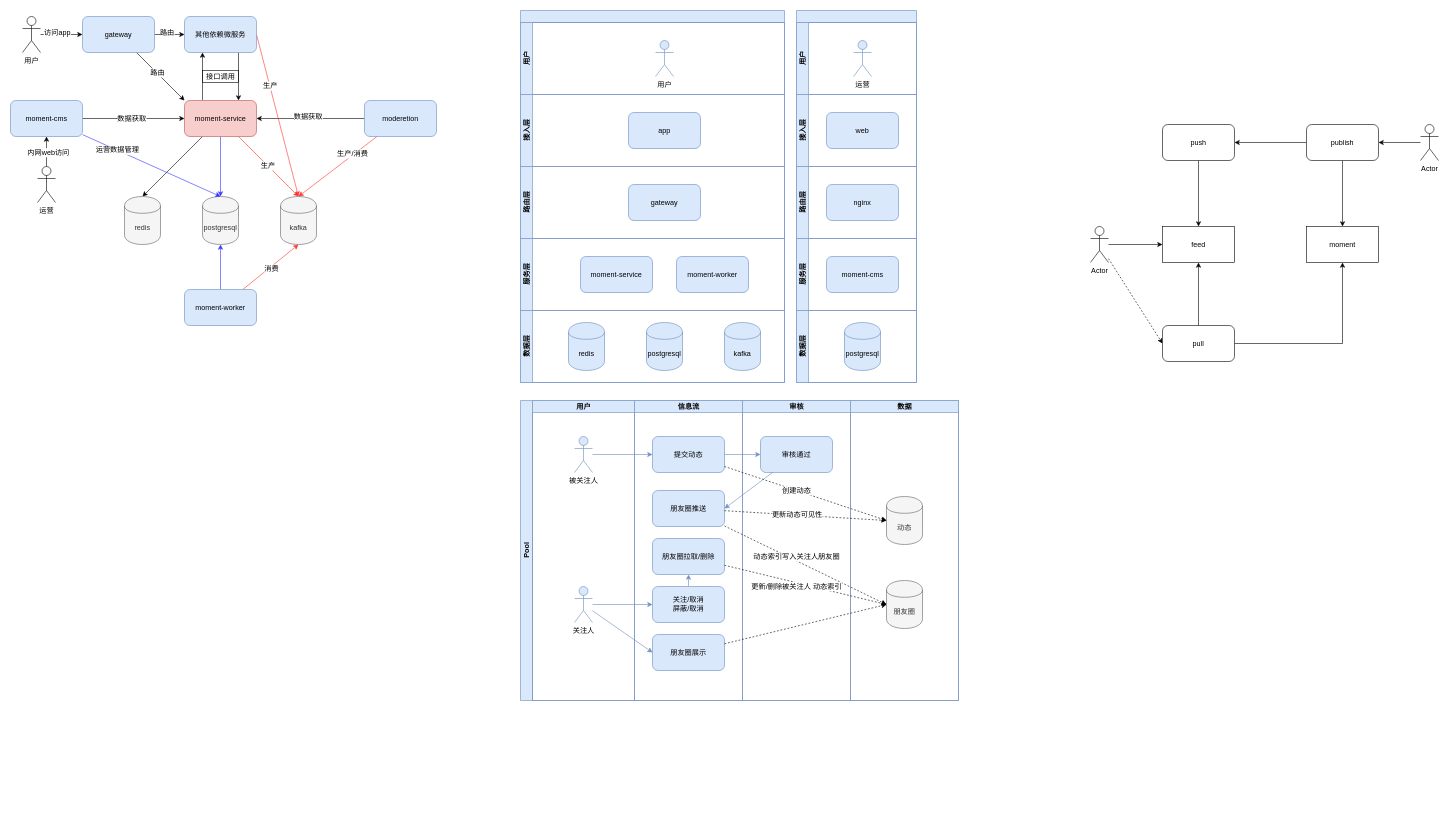
Before: feed.drawio in effyroth/drawio2, a draw.io diagram. Source tidied: cells renumbered, new cells numbered last; positions are measured from the earlier drawing's top-left corner, leaving out a move shared by most shapes. Both pictures are drawn from the tidied source at 60%, with x=0, y=0 at pixel (10, 10).
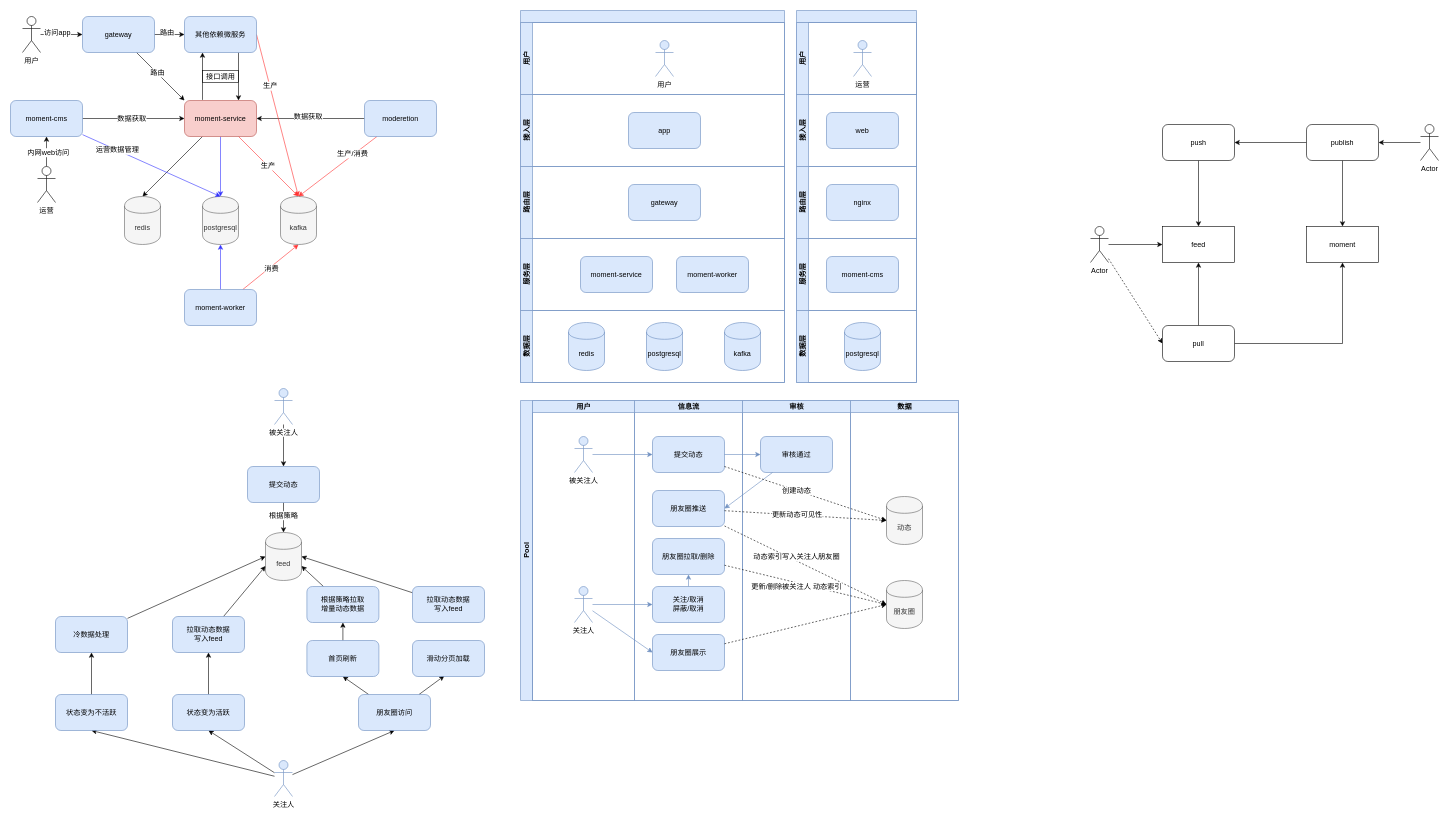
After the change.

What changed in the source:
```diff
@@
+    <mxCell id="111" style="edgeStyle=none;rounded=0;jettySize=auto;html=1;entryX=0.5;entryY=0;entryDx=0;entryDy=0;" parent="1" edge="1" source="112" target="119">
+      <mxGeometry relative="1" as="geometry" />
+    </mxCell>
+    <mxCell id="112" value="被关注人" style="shape=umlActor;verticalLabelPosition=bottom;labelBackgroundColor=#ffffff;verticalAlign=top;html=1;outlineConnect=0;fillColor=#dae8fc;strokeColor=#6c8ebf;" parent="1" vertex="1">
+      <mxGeometry x="440" y="630" width="30" height="60" as="geometry" />
+    </mxCell>
+    <mxCell id="113" style="rounded=0;jettySize=auto;html=1;entryX=0.5;entryY=1;entryDx=0;entryDy=0;" parent="1" edge="1" source="116" target="122">
+      <mxGeometry relative="1" as="geometry" />
+    </mxCell>
+    <mxCell id="114" style="rounded=0;jettySize=auto;html=1;entryX=0.5;entryY=1;entryDx=0;entryDy=0;" parent="1" edge="1" source="116" target="125">
+      <mxGeometry relative="1" as="geometry" />
+    </mxCell>
+    <mxCell id="115" style="edgeStyle=none;rounded=0;jettySize=auto;html=1;entryX=0.5;entryY=1;entryDx=0;entryDy=0;" parent="1" edge="1" source="116" target="134">
+      <mxGeometry relative="1" as="geometry" />
+    </mxCell>
+    <mxCell id="116" value="关注人" style="shape=umlActor;verticalLabelPosition=bottom;labelBackgroundColor=#ffffff;verticalAlign=top;html=1;outlineConnect=0;fillColor=#dae8fc;strokeColor=#6c8ebf;" parent="1" vertex="1">
+      <mxGeometry x="440" y="1250" width="30" height="60" as="geometry" />
+    </mxCell>
+    <mxCell id="117" style="edgeStyle=none;rounded=0;jettySize=auto;html=1;entryX=0.5;entryY=0;entryDx=0;entryDy=0;" parent="1" edge="1" source="119" target="120">
+      <mxGeometry relative="1" as="geometry" />
+    </mxCell>
+    <mxCell id="118" value="根据策略" style="text;html=1;align=center;verticalAlign=middle;labelBackgroundColor=#ffffff;" parent="117" vertex="1">
+      <mxGeometry x="-0.16" y="-1" relative="1" as="geometry" />
+    </mxCell>
+    <mxCell id="119" value="提交动态" style="rounded=1;whiteSpace=wrap;html=1;fillColor=#dae8fc;strokeColor=#6c8ebf;" parent="1" vertex="1">
+      <mxGeometry x="395" y="760" width="120" height="60" as="geometry" />
+    </mxCell>
+    <mxCell id="120" value="feed" style="shape=cylinder;whiteSpace=wrap;html=1;boundedLbl=1;backgroundOutline=1;fillColor=#f5f5f5;strokeColor=#666666;fontColor=#333333;" parent="1" vertex="1">
+      <mxGeometry x="425" y="870" width="60" height="80" as="geometry" />
+    </mxCell>
+    <mxCell id="121" style="edgeStyle=none;rounded=0;jettySize=auto;html=1;entryX=0.5;entryY=1;entryDx=0;entryDy=0;" parent="1" edge="1" source="122" target="127">
+      <mxGeometry relative="1" as="geometry" />
+    </mxCell>
+    <mxCell id="122" value="状态变为活跃" style="rounded=1;whiteSpace=wrap;html=1;fillColor=#dae8fc;strokeColor=#6c8ebf;" parent="1" vertex="1">
+      <mxGeometry x="270" y="1140" width="120" height="60" as="geometry" />
+    </mxCell>
+    <mxCell id="123" style="edgeStyle=none;rounded=0;jettySize=auto;html=1;entryX=0.5;entryY=1;entryDx=0;entryDy=0;" parent="1" edge="1" source="125" target="131">
+      <mxGeometry relative="1" as="geometry" />
+    </mxCell>
+    <mxCell id="124" style="edgeStyle=none;rounded=0;jettySize=auto;html=1;entryX=0.442;entryY=0.983;entryDx=0;entryDy=0;entryPerimeter=0;" parent="1" edge="1" source="125" target="132">
+      <mxGeometry relative="1" as="geometry" />
+    </mxCell>
+    <mxCell id="125" value="朋友圈访问" style="rounded=1;whiteSpace=wrap;html=1;fillColor=#dae8fc;strokeColor=#6c8ebf;" parent="1" vertex="1">
+      <mxGeometry x="580" y="1140" width="120" height="60" as="geometry" />
+    </mxCell>
+    <mxCell id="126" style="edgeStyle=none;rounded=0;jettySize=auto;html=1;entryX=0;entryY=0.7;entryDx=0;entryDy=0;" parent="1" edge="1" source="127" target="120">
+      <mxGeometry relative="1" as="geometry" />
+    </mxCell>
+    <mxCell id="127" value="拉取动态数据&lt;br&gt;写入feed" style="rounded=1;whiteSpace=wrap;html=1;fillColor=#dae8fc;strokeColor=#6c8ebf;" parent="1" vertex="1">
+      <mxGeometry x="270" y="1010" width="120" height="60" as="geometry" />
+    </mxCell>
+    <mxCell id="128" style="edgeStyle=none;rounded=0;jettySize=auto;html=1;entryX=1;entryY=0.7;entryDx=0;entryDy=0;" parent="1" edge="1" source="129" target="120">
+      <mxGeometry relative="1" as="geometry" />
+    </mxCell>
+    <mxCell id="129" value="根据策略拉取&lt;br&gt;增量动态数据" style="rounded=1;whiteSpace=wrap;html=1;fillColor=#dae8fc;strokeColor=#6c8ebf;" parent="1" vertex="1">
+      <mxGeometry x="494" y="960" width="120" height="60" as="geometry" />
+    </mxCell>
+    <mxCell id="130" style="edgeStyle=none;rounded=0;jettySize=auto;html=1;entryX=0.5;entryY=1;entryDx=0;entryDy=0;" parent="1" edge="1" source="131" target="129">
+      <mxGeometry relative="1" as="geometry" />
+    </mxCell>
+    <mxCell id="131" value="首页刷新" style="rounded=1;whiteSpace=wrap;html=1;fillColor=#dae8fc;strokeColor=#6c8ebf;" parent="1" vertex="1">
+      <mxGeometry x="494" y="1050" width="120" height="60" as="geometry" />
+    </mxCell>
+    <mxCell id="132" value="滑动分页加载" style="rounded=1;whiteSpace=wrap;html=1;fillColor=#dae8fc;strokeColor=#6c8ebf;" parent="1" vertex="1">
+      <mxGeometry x="670" y="1050" width="120" height="60" as="geometry" />
+    </mxCell>
+    <mxCell id="133" style="edgeStyle=none;rounded=0;jettySize=auto;html=1;entryX=0.5;entryY=1;entryDx=0;entryDy=0;" parent="1" edge="1" source="134" target="136">
+      <mxGeometry relative="1" as="geometry" />
+    </mxCell>
+    <mxCell id="134" value="状态变为不活跃" style="rounded=1;whiteSpace=wrap;html=1;fillColor=#dae8fc;strokeColor=#6c8ebf;" parent="1" vertex="1">
+      <mxGeometry x="75" y="1140" width="120" height="60" as="geometry" />
+    </mxCell>
+    <mxCell id="135" style="edgeStyle=none;rounded=0;jettySize=auto;html=1;entryX=0;entryY=0.5;entryDx=0;entryDy=0;" parent="1" edge="1" source="136" target="120">
+      <mxGeometry relative="1" as="geometry" />
+    </mxCell>
+    <mxCell id="136" value="冷数据处理" style="rounded=1;whiteSpace=wrap;html=1;fillColor=#dae8fc;strokeColor=#6c8ebf;" parent="1" vertex="1">
+      <mxGeometry x="75" y="1010" width="120" height="60" as="geometry" />
+    </mxCell>
+    <mxCell id="137" style="edgeStyle=none;rounded=0;jettySize=auto;html=1;entryX=1;entryY=0.5;entryDx=0;entryDy=0;" parent="1" edge="1" source="138" target="120">
+      <mxGeometry relative="1" as="geometry" />
+    </mxCell>
+    <mxCell id="138" value="拉取动态数据&lt;br&gt;写入feed" style="rounded=1;whiteSpace=wrap;html=1;fillColor=#dae8fc;strokeColor=#6c8ebf;" parent="1" vertex="1">
+      <mxGeometry x="670" y="960" width="120" height="60" as="geometry" />
+    </mxCell>
```
